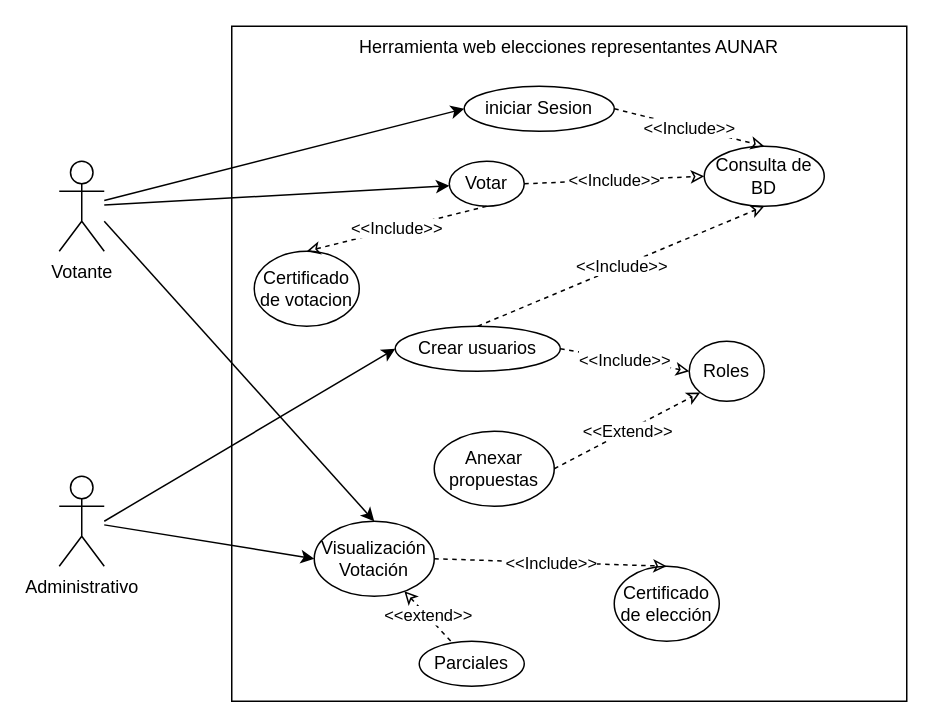
Earlier version of the draw.io diagram Casa de uso MS.drawio (Andres-Nicolas/Diagramas). Source tidied: cells renumbered, new cells numbered last; positions are measured from the earlier drawing's top-left corner, leaving out a move shared by most shapes. Both pictures are drawn from the tidied source at 150%, with x=0, y=0 at pixel (58, 26).
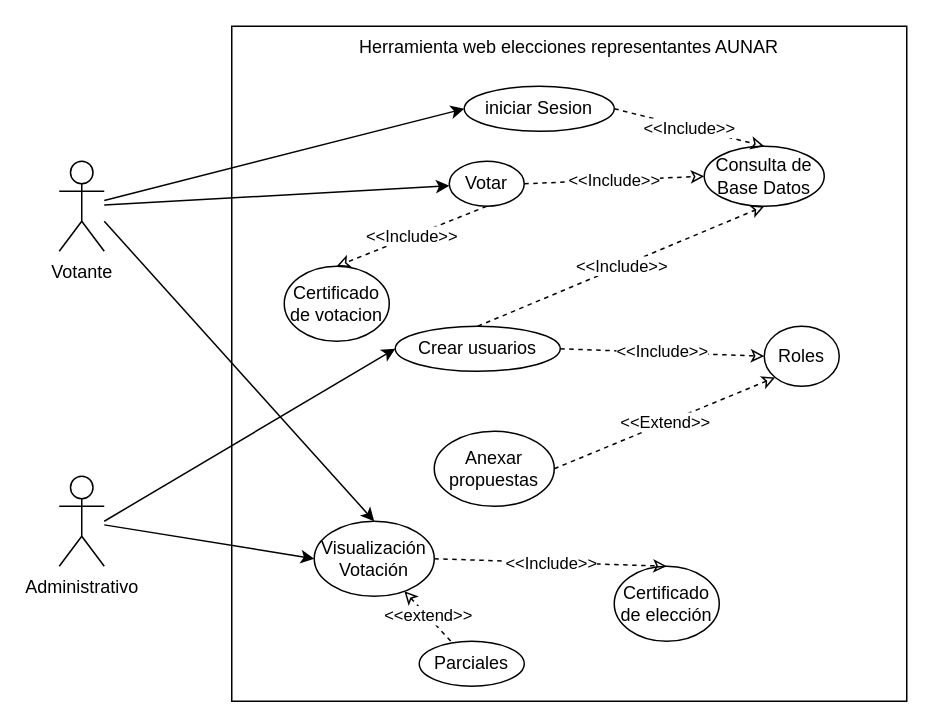
After the change.

What changed in the source:
```diff
@@
     <mxCell id="8" value="Certificado de votacion" style="ellipse;whiteSpace=wrap;html=1;" parent="1" vertex="1">
-      <mxGeometry x="130" y="150" width="70" height="50" as="geometry" />
+      <mxGeometry x="150" y="160" width="70" height="50" as="geometry" />
     </mxCell>
-    <mxCell id="9" value="Consulta de BD" style="ellipse;whiteSpace=wrap;html=1;" parent="1" vertex="1">
+    <mxCell id="9" value="Consulta de Base Datos" style="ellipse;whiteSpace=wrap;html=1;" parent="1" vertex="1">
       <mxGeometry x="430" y="80" width="80" height="40" as="geometry" />
     </mxCell>
@@
     <mxCell id="11" value="Roles" style="ellipse;whiteSpace=wrap;html=1;" parent="1" vertex="1">
-      <mxGeometry x="420" y="210" width="50" height="40" as="geometry" />
+      <mxGeometry x="470" y="200" width="50" height="40" as="geometry" />
     </mxCell>
```
